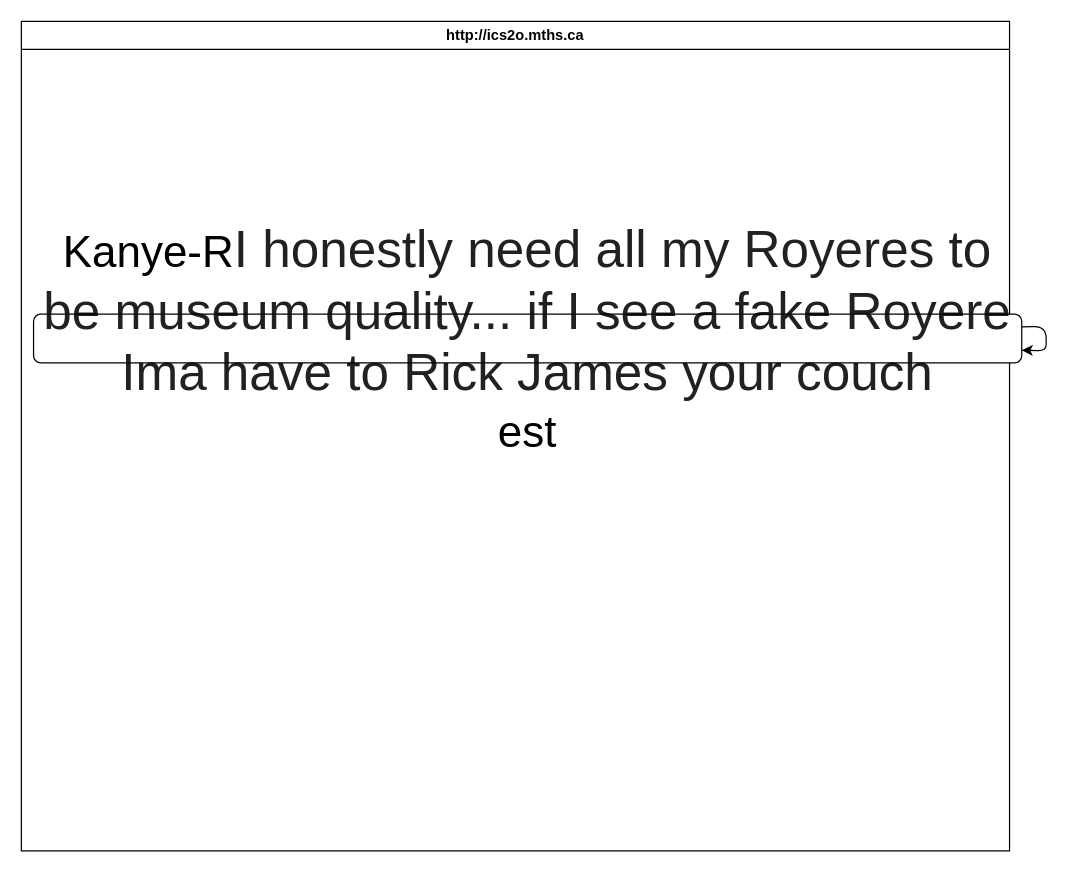
The draw.io diagram design/storyboard.drawio in MTHS-ICS2O-2-2022/ICS2O-Assignment-06-Mariam-Kasim, before the edit. Source tidied: cells renumbered, new cells numbered last; positions are measured from the earlier drawing's top-left corner, leaving out a move shared by most shapes. Both pictures are drawn from the tidied source at 122%, with x=0, y=0 at pixel (21, 21).
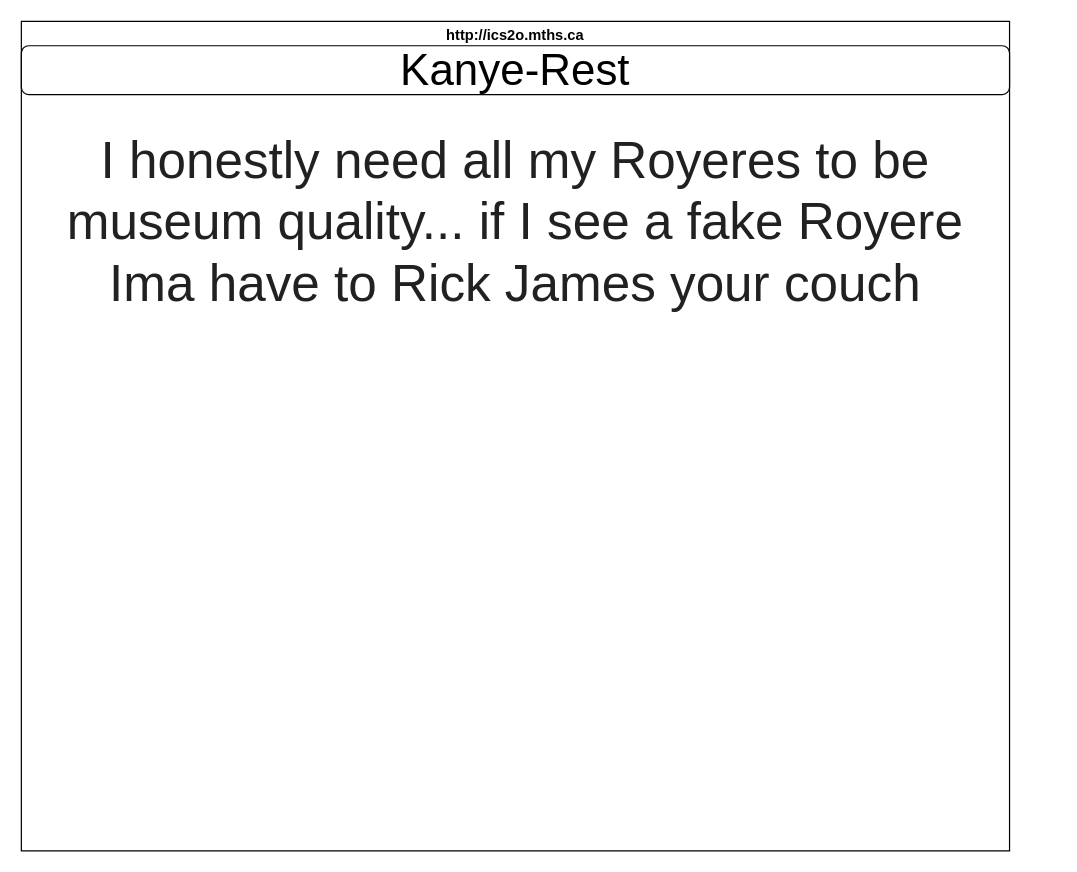
After the change.

Diff of the diagram source:
```diff
@@
 <mxGraphModel>
   <root>
     <mxCell id="0" />
     <mxCell id="1" parent="0" />
     <mxCell id="2" value="http://ics2o.mths.ca" style="swimlane;whiteSpace=wrap;html=1;" parent="1" vertex="1">
       <mxGeometry width="810" height="680" as="geometry" />
     </mxCell>
-    <mxCell id="3" value="&lt;font style=&quot;font-size: 36px;&quot;&gt;Kanye-R&lt;span style=&quot;color: rgba(0, 0, 0, 0.87); font-family: fantasy; font-size: 42px;&quot;&gt;I honestly need all my Royeres to be museum quality... if I see a fake Royere Ima have to Rick James your couch&lt;/span&gt;&lt;br&gt;est&lt;/font&gt;" style="rounded=1;whiteSpace=wrap;html=1;" parent="2" vertex="1">
-      <mxGeometry x="10" y="240" width="810" height="40" as="geometry" />
+    <mxCell id="3" value="&lt;font style=&quot;font-size: 36px;&quot;&gt;Kanye-Rest&lt;/font&gt;" style="rounded=1;whiteSpace=wrap;html=1;" parent="2" vertex="1">
+      <mxGeometry y="20" width="810" height="40" as="geometry" />
     </mxCell>
-    <mxCell id="4" style="edgeStyle=none;html=1;fontFamily=Times New Roman;fontSize=36;" parent="2" edge="1" source="3" target="3">
-      <mxGeometry relative="1" as="geometry" />
-    </mxCell>
+    <mxCell id="5" value="&lt;span style=&quot;color: rgba(0, 0, 0, 0.87); font-family: fantasy; font-size: 42px;&quot;&gt;I honestly need all my Royeres to be museum quality... if I see a fake Royere Ima have to Rick James your couch&lt;/span&gt;" style="text;strokeColor=none;align=center;fillColor=none;html=1;verticalAlign=middle;whiteSpace=wrap;rounded=0;" parent="1" vertex="1">
+      <mxGeometry y="150" width="810" height="30" as="geometry" />
+    </mxCell>
   </root>
 </mxGraphModel>
```
